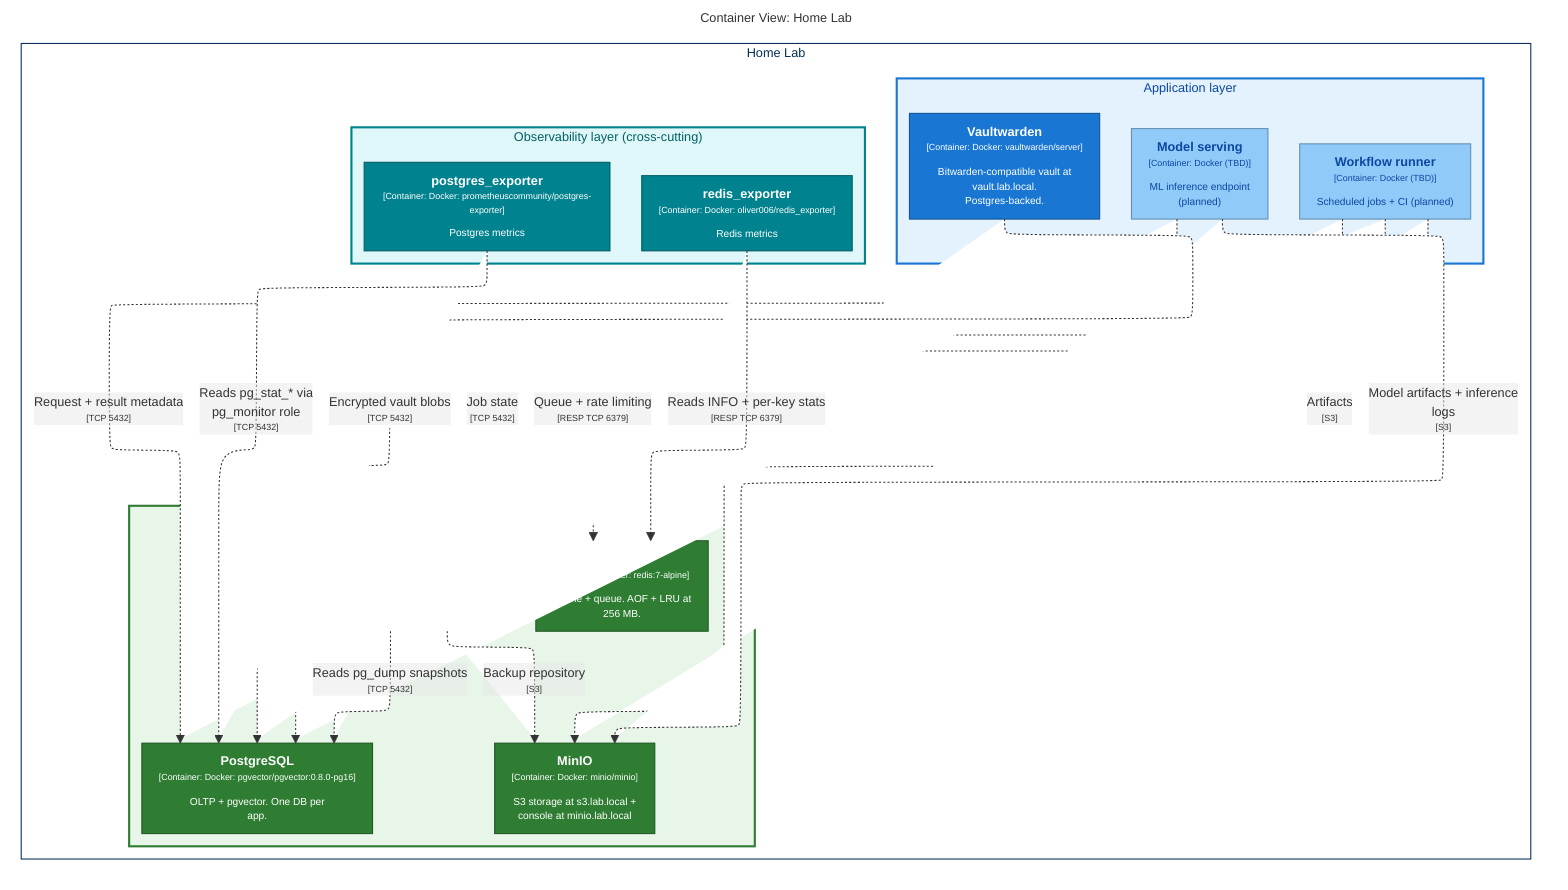
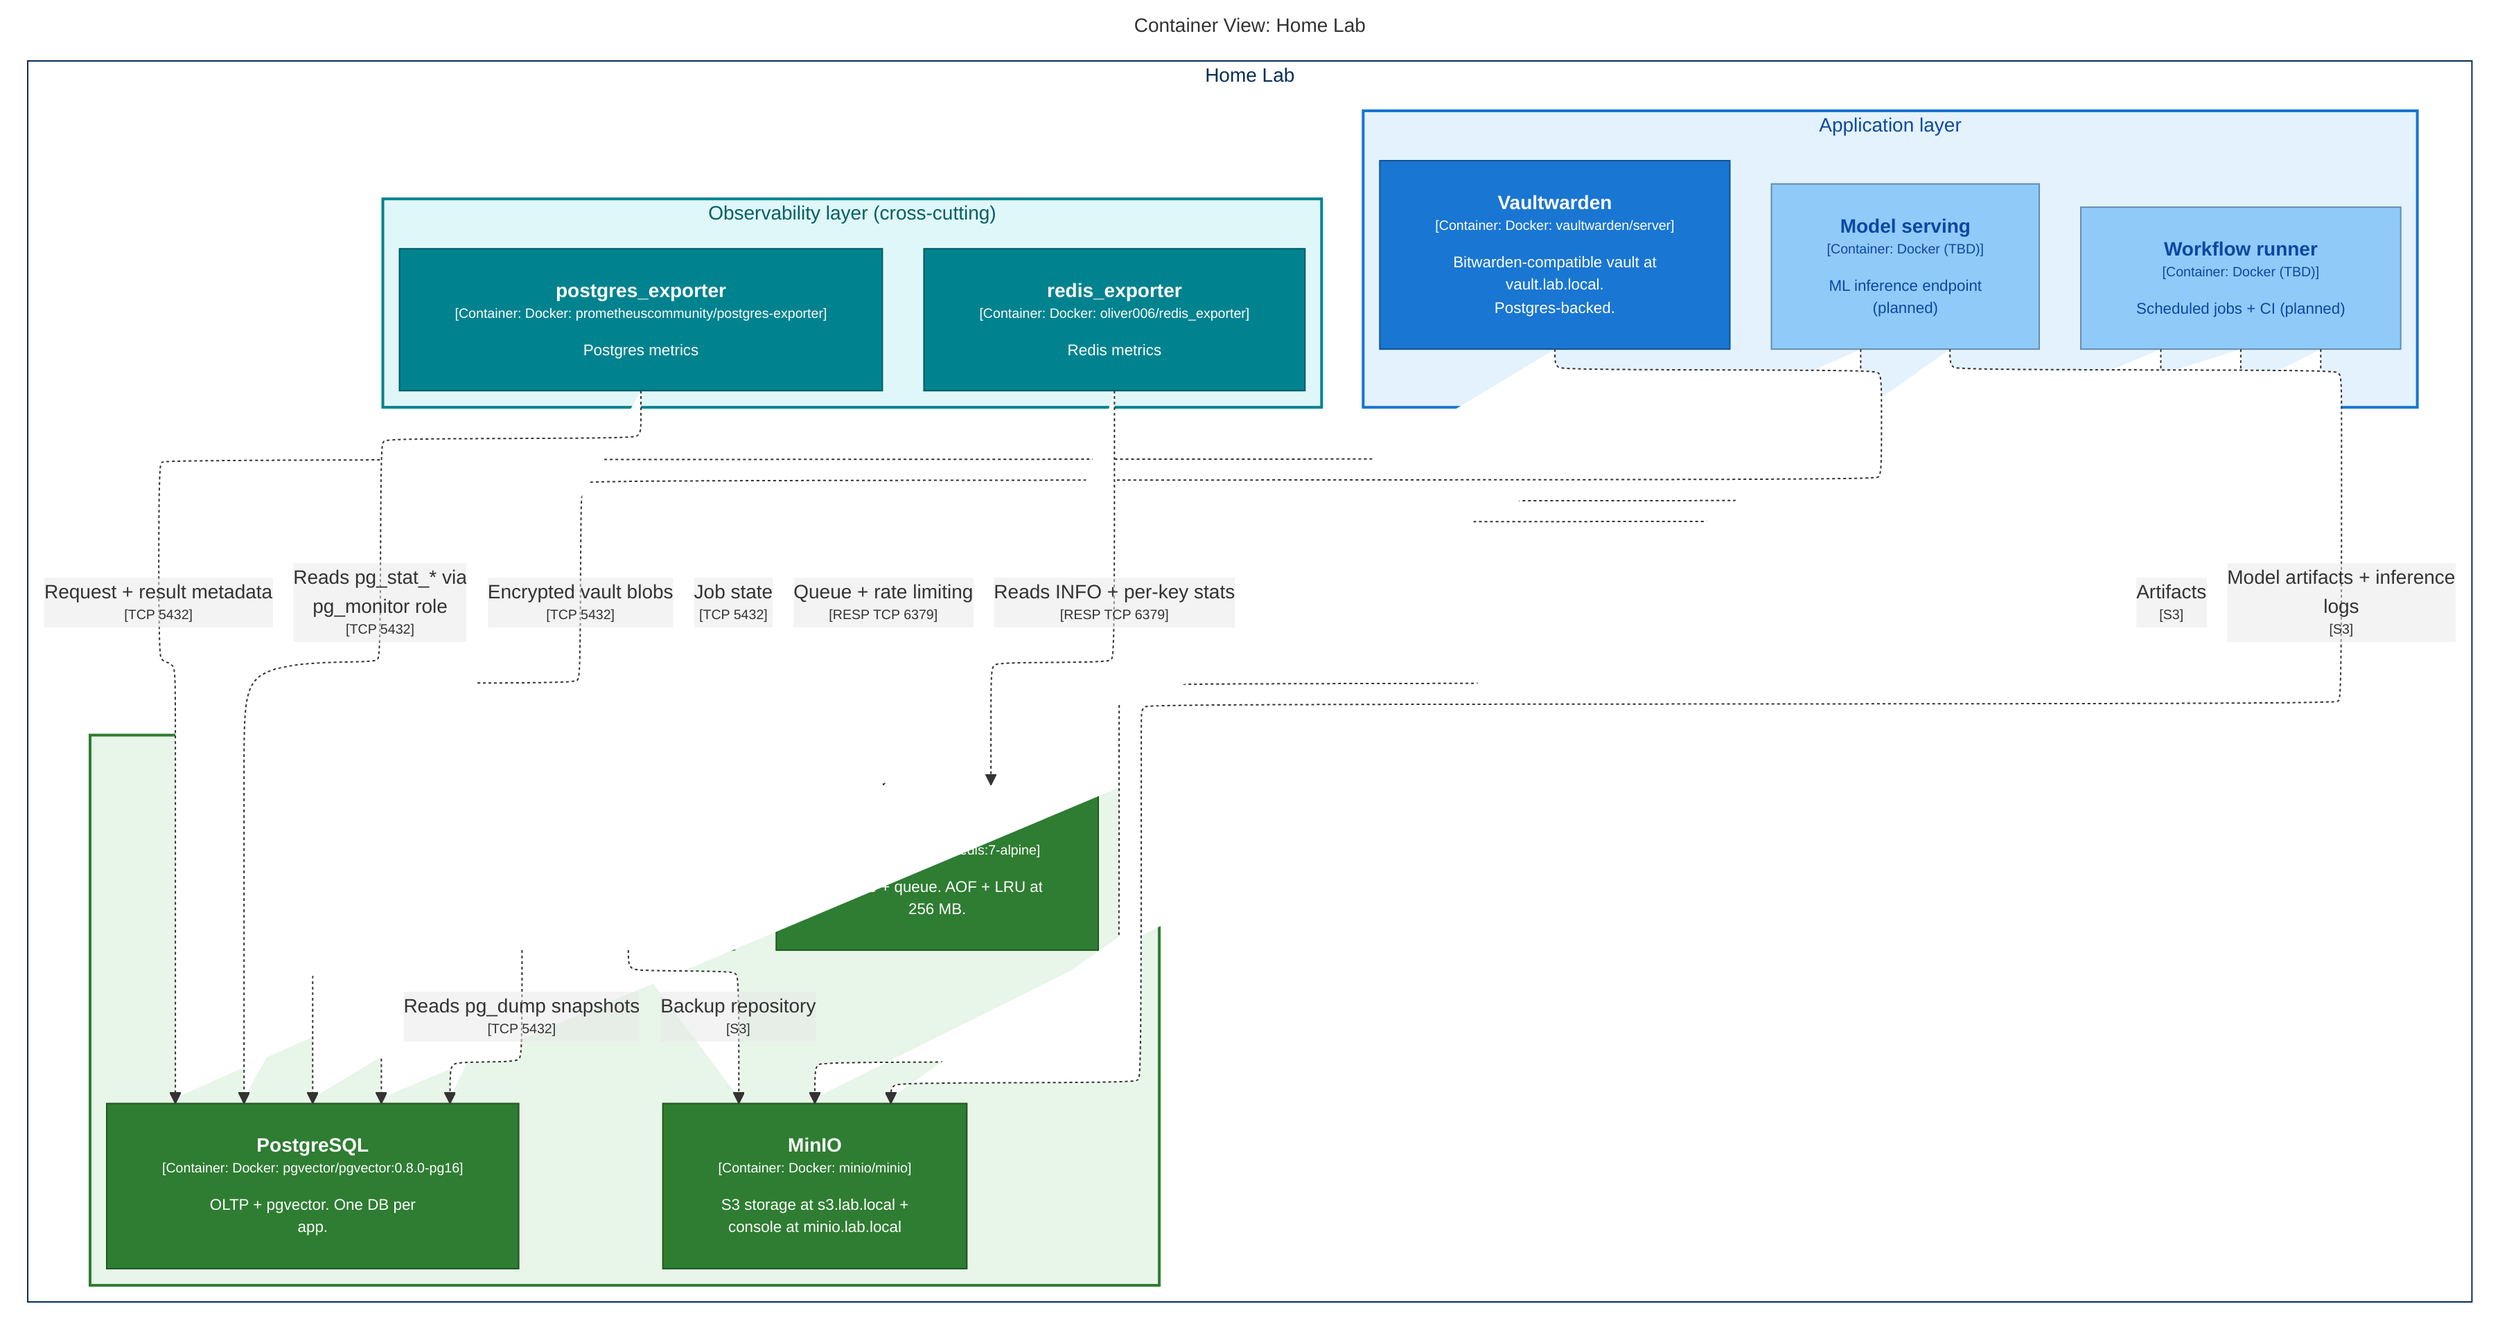
%%{init: {
  "theme": "default",
-   "themeVariables": {"fontSize": "12px", "fontFamily": "arial"},
+   "themeVariables": {"fontSize": "14px", "fontFamily": "arial"},
  "flowchart": {
    "defaultRenderer": "elk",
-     "rankSpacing": 50,
-     "nodeSpacing": 30,
-     "padding": 8,
+     "useMaxWidth": false,
+     "htmlLabels": true,
+     "rankSpacing": 90,
+     "nodeSpacing": 60,
+     "padding": 20,
+     "wrappingWidth": 280,
    "curve": "basis"
  }
}}%%
flowchart-elk TB
  linkStyle default fill:#ffffff

  subgraph diagram ["Container View: Home Lab"]
    style diagram fill:#ffffff,stroke:#ffffff

    subgraph 5 ["Home Lab"]
      style 5 fill:#ffffff,stroke:#052e56,color:#052e56

      subgraph group1 ["Application layer"]
        style group1 fill:#e3f2fd,stroke:#1976d2,color:#0d47a1,stroke-width:2px

        11["<div style='font-weight: bold'>Model serving</div><div style='font-size: 70%; margin-top: 0px'>[Container: Docker (TBD)]</div><div style='font-size: 80%; margin-top:10px'>ML inference endpoint<br />(planned)</div>"]
        style 11 fill:#90caf9,stroke:#648dae,color:#0d47a1
        14["<div style='font-weight: bold'>Vaultwarden</div><div style='font-size: 70%; margin-top: 0px'>[Container: Docker: vaultwarden/server]</div><div style='font-size: 80%; margin-top:10px'>Bitwarden-compatible vault at<br />vault.lab.local.<br />Postgres-backed.</div>"]
        style 14 fill:#1976d2,stroke:#115293,color:#ffffff
        9["<div style='font-weight: bold'>Workflow runner</div><div style='font-size: 70%; margin-top: 0px'>[Container: Docker (TBD)]</div><div style='font-size: 80%; margin-top:10px'>Scheduled jobs + CI (planned)</div>"]
        style 9 fill:#90caf9,stroke:#648dae,color:#0d47a1
      end

      subgraph group2 ["Data layer"]
        style group2 fill:#e8f5e9,stroke:#2e7d32,color:#1b5e20,stroke-width:2px

        18["<div style='font-weight: bold'>PostgreSQL</div><div style='font-size: 70%; margin-top: 0px'>[Container: Docker: pgvector/pgvector:0.8.0-pg16]</div><div style='font-size: 80%; margin-top:10px'>OLTP + pgvector. One DB per<br />app.</div>"]
        style 18 fill:#2e7d32,stroke:#205723,color:#ffffff
        19["<div style='font-weight: bold'>MinIO</div><div style='font-size: 70%; margin-top: 0px'>[Container: Docker: minio/minio]</div><div style='font-size: 80%; margin-top:10px'>S3 storage at s3.lab.local +<br />console at minio.lab.local</div>"]
        style 19 fill:#2e7d32,stroke:#205723,color:#ffffff
        20["<div style='font-weight: bold'>Redis</div><div style='font-size: 70%; margin-top: 0px'>[Container: Docker: redis:7-alpine]</div><div style='font-size: 80%; margin-top:10px'>Cache + queue. AOF + LRU at<br />256 MB.</div>"]
        style 20 fill:#2e7d32,stroke:#205723,color:#ffffff
        21["<div style='font-weight: bold'>restic</div><div style='font-size: 70%; margin-top: 0px'>[Container: Docker: restic/restic]</div><div style='font-size: 80%; margin-top:10px'>Encrypted backups to MinIO +<br />offsite (planned)</div>"]
        style 21 fill:#a5d6a7,stroke:#739574,color:#1b5e20
      end

      subgraph group3 ["Observability layer (cross-cutting)"]
        style group3 fill:#e0f7fa,stroke:#00838f,color:#006064,stroke-width:2px

        31["<div style='font-weight: bold'>postgres_exporter</div><div style='font-size: 70%; margin-top: 0px'>[Container: Docker: prometheuscommunity/postgres-exporter]</div><div style='font-size: 80%; margin-top:10px'>Postgres metrics</div>"]
        style 31 fill:#00838f,stroke:#005b64,color:#ffffff
        32["<div style='font-weight: bold'>redis_exporter</div><div style='font-size: 70%; margin-top: 0px'>[Container: Docker: oliver006/redis_exporter]</div><div style='font-size: 80%; margin-top:10px'>Redis metrics</div>"]
        style 32 fill:#00838f,stroke:#005b64,color:#ffffff
      end

    end

    9-. "<div>Job state</div><div style='font-size: 70%'>[TCP 5432]</div>" .->18
    9-. "<div>Artifacts</div><div style='font-size: 70%'>[S3]</div>" .->19
    9-. "<div>Queue + rate limiting</div><div style='font-size: 70%'>[RESP TCP 6379]</div>" .->20
    11-. "<div>Model artifacts + inference<br />logs</div><div style='font-size: 70%'>[S3]</div>" .->19
    11-. "<div>Request + result metadata</div><div style='font-size: 70%'>[TCP 5432]</div>" .->18
    14-. "<div>Encrypted vault blobs</div><div style='font-size: 70%'>[TCP 5432]</div>" .->18
    31-. "<div>Reads pg_stat_* via<br />pg_monitor role</div><div style='font-size: 70%'>[TCP 5432]</div>" .->18
    32-. "<div>Reads INFO + per-key stats</div><div style='font-size: 70%'>[RESP TCP 6379]</div>" .->20
    21-. "<div>Reads pg_dump snapshots</div><div style='font-size: 70%'>[TCP 5432]</div>" .->18
    21-. "<div>Backup repository</div><div style='font-size: 70%'>[S3]</div>" .->19

  end